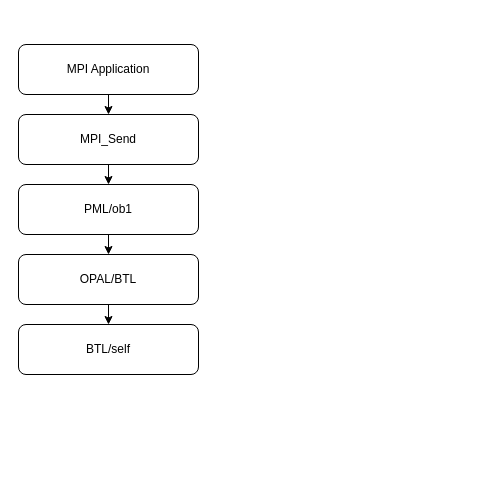
Troyself/img-design-draw-io keeps this draw.io diagram as ompi/btl-self-send-flow.drawio. Above is the earlier version. Source tidied: cells renumbered, new cells numbered last; positions are measured from the earlier drawing's top-left corner, leaving out a move shared by most shapes. Both pictures are drawn from the tidied source at 100%, with x=0, y=0 at pixel (18, 44).
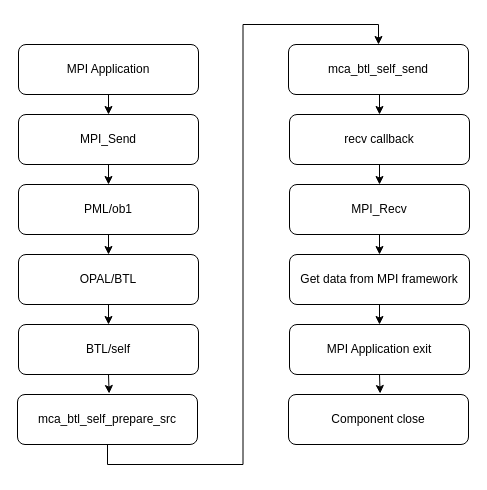
The same diagram, later.

The change refers to these unchanged cells:
```xml
<mxCell id="10" value="BTL/self" style="rounded=1;whiteSpace=wrap;html=1;fillColor=none;" parent="1" vertex="1">
  <mxGeometry y="280" width="180" height="50" as="geometry" />
</mxCell>
```

Change to the diagram source:
```diff
@@
+    <mxCell id="11" style="edgeStyle=orthogonalEdgeStyle;rounded=0;jettySize=auto;html=1;exitX=0.5;exitY=1;exitDx=0;exitDy=0;entryX=0.5;entryY=0;entryDx=0;entryDy=0;fontFamily=Helvetica;fontSize=12;fontColor=default;" parent="1" edge="1" source="12" target="14">
+      <mxGeometry relative="1" as="geometry" />
+    </mxCell>
+    <mxCell id="12" value="mca_btl_self_prepare_src" style="rounded=1;whiteSpace=wrap;html=1;fillColor=none;" parent="1" vertex="1">
+      <mxGeometry x="-1" y="350" width="180" height="50" as="geometry" />
+    </mxCell>
+    <mxCell id="13" style="edgeStyle=orthogonalEdgeStyle;rounded=0;jettySize=auto;html=1;exitX=0.5;exitY=1;exitDx=0;exitDy=0;entryX=0.5;entryY=0;entryDx=0;entryDy=0;fontFamily=Helvetica;fontSize=12;fontColor=default;" parent="1" edge="1" source="14" target="16">
+      <mxGeometry relative="1" as="geometry" />
+    </mxCell>
+    <mxCell id="14" value="mca_btl_self_send" style="rounded=1;whiteSpace=wrap;html=1;fillColor=none;" parent="1" vertex="1">
+      <mxGeometry x="270" width="180" height="50" as="geometry" />
+    </mxCell>
+    <mxCell id="15" style="edgeStyle=orthogonalEdgeStyle;rounded=0;jettySize=auto;html=1;exitX=0.5;exitY=1;exitDx=0;exitDy=0;entryX=0.5;entryY=0;entryDx=0;entryDy=0;" parent="1" edge="1" source="16">
+      <mxGeometry relative="1" as="geometry">
+        <mxPoint x="361" y="140" as="targetPoint" />
+      </mxGeometry>
+    </mxCell>
+    <mxCell id="16" value="recv callback" style="rounded=1;whiteSpace=wrap;html=1;fillColor=none;" parent="1" vertex="1">
+      <mxGeometry x="271" y="70" width="180" height="50" as="geometry" />
+    </mxCell>
+    <mxCell id="17" style="edgeStyle=orthogonalEdgeStyle;rounded=0;jettySize=auto;html=1;exitX=0.5;exitY=1;exitDx=0;exitDy=0;entryX=0.509;entryY=-0.02;entryDx=0;entryDy=0;entryPerimeter=0;" parent="1" edge="1" source="10" target="12">
+      <mxGeometry relative="1" as="geometry" />
+    </mxCell>
+    <mxCell id="18" style="edgeStyle=orthogonalEdgeStyle;rounded=0;jettySize=auto;html=1;exitX=0.5;exitY=1;exitDx=0;exitDy=0;entryX=0.5;entryY=0;entryDx=0;entryDy=0;fontFamily=Helvetica;fontSize=12;fontColor=default;" parent="1" edge="1" source="19" target="21">
+      <mxGeometry relative="1" as="geometry" />
+    </mxCell>
+    <mxCell id="19" value="MPI_Recv" style="rounded=1;whiteSpace=wrap;html=1;fillColor=none;" parent="1" vertex="1">
+      <mxGeometry x="271" y="140" width="180" height="50" as="geometry" />
+    </mxCell>
+    <mxCell id="20" style="edgeStyle=orthogonalEdgeStyle;rounded=0;jettySize=auto;html=1;exitX=0.5;exitY=1;exitDx=0;exitDy=0;entryX=0.5;entryY=0;entryDx=0;entryDy=0;fontFamily=Helvetica;fontSize=12;fontColor=default;" parent="1" edge="1" source="21" target="22">
+      <mxGeometry relative="1" as="geometry" />
+    </mxCell>
+    <mxCell id="21" value="Get data from MPI framework" style="rounded=1;whiteSpace=wrap;html=1;fillColor=none;" parent="1" vertex="1">
+      <mxGeometry x="271" y="210" width="180" height="50" as="geometry" />
+    </mxCell>
+    <mxCell id="22" value="MPI Application exit" style="rounded=1;whiteSpace=wrap;html=1;fillColor=none;" parent="1" vertex="1">
+      <mxGeometry x="271" y="280" width="180" height="50" as="geometry" />
+    </mxCell>
+    <mxCell id="23" value="Component close" style="rounded=1;whiteSpace=wrap;html=1;fillColor=none;" parent="1" vertex="1">
+      <mxGeometry x="270" y="350" width="180" height="50" as="geometry" />
+    </mxCell>
+    <mxCell id="24" style="edgeStyle=orthogonalEdgeStyle;rounded=0;jettySize=auto;html=1;exitX=0.5;exitY=1;exitDx=0;exitDy=0;entryX=0.509;entryY=-0.02;entryDx=0;entryDy=0;entryPerimeter=0;" parent="1" edge="1" source="22" target="23">
+      <mxGeometry relative="1" as="geometry" />
+    </mxCell>
```
